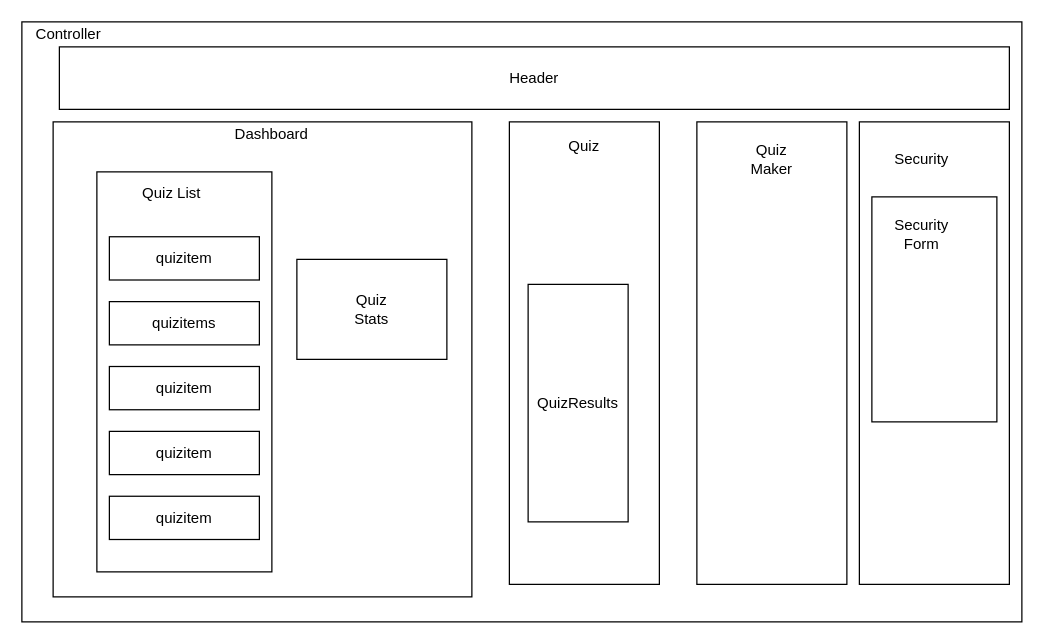
This is Untitled Diagram.drawio from OkilyDokily/firestore-quiz-maker, a draw.io file, before an edit. Source tidied: cells renumbered, new cells numbered last; positions are measured from the earlier drawing's top-left corner, leaving out a move shared by most shapes. Both pictures are drawn from the tidied source at 125%, with x=0, y=0 at pixel (21, 21).
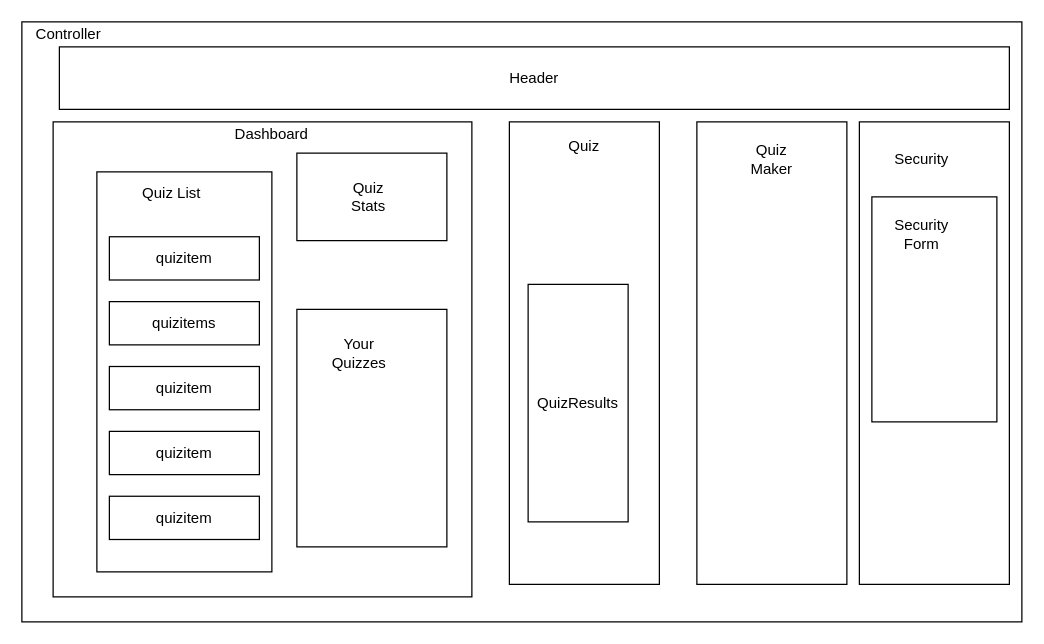
After the change.

Diff of the diagram source:
```diff
@@
     <mxCell id="19" style="rounded=0;whiteSpace=wrap;html=1;" parent="1" vertex="1">
-      <mxGeometry x="220" y="190" width="120" height="80" as="geometry" />
+      <mxGeometry x="220" y="105" width="120" height="70" as="geometry" />
     </mxCell>
     <mxCell id="20" value="Quiz Stats" style="text;html=1;strokeColor=none;fillColor=none;align=center;verticalAlign=middle;whiteSpace=wrap;rounded=0;" parent="1" vertex="1">
-      <mxGeometry x="255" y="215" width="50" height="30" as="geometry" />
+      <mxGeometry x="255" y="120" width="45" height="40" as="geometry" />
     </mxCell>
@@
+    <mxCell id="27" style="rounded=0;whiteSpace=wrap;html=1;" parent="1" vertex="1">
+      <mxGeometry x="220" y="230" width="120" height="190" as="geometry" />
+    </mxCell>
+    <mxCell id="28" value="Your Quizzes" style="text;html=1;strokeColor=none;fillColor=none;align=center;verticalAlign=middle;whiteSpace=wrap;rounded=0;" parent="1" vertex="1">
+      <mxGeometry x="250" y="255" width="40" height="20" as="geometry" />
+    </mxCell>
```
